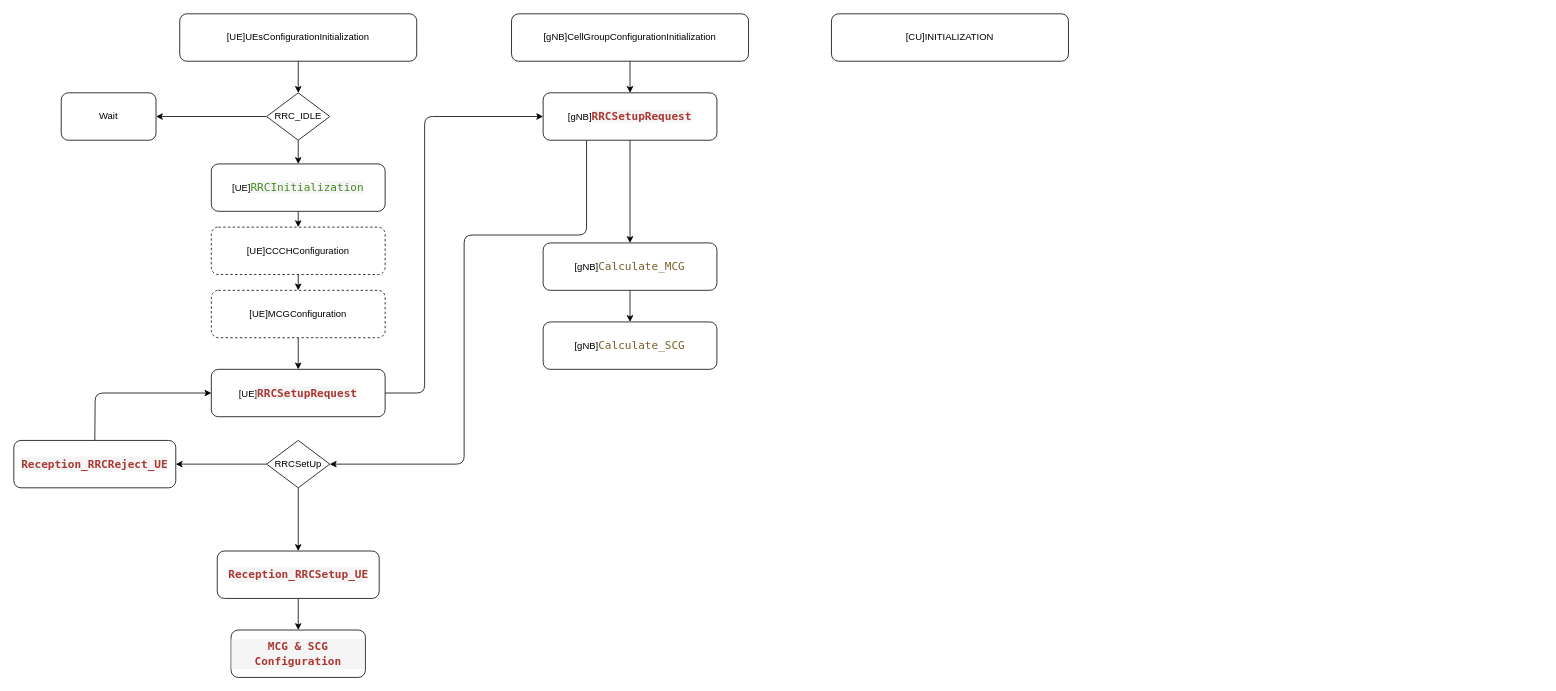
Earlier version of the draw.io diagram Images/Multiple_gNB_FlowChart.drawio (TsaiChuWang/Cloud-RAN-Simulation-Electronic-Fence-Based-on-NFV). Source tidied: cells renumbered, new cells numbered last; positions are measured from the earlier drawing's top-left corner, leaving out a move shared by most shapes. Both pictures are drawn from the tidied source at 79%, with x=0, y=0 at pixel (13, 13).
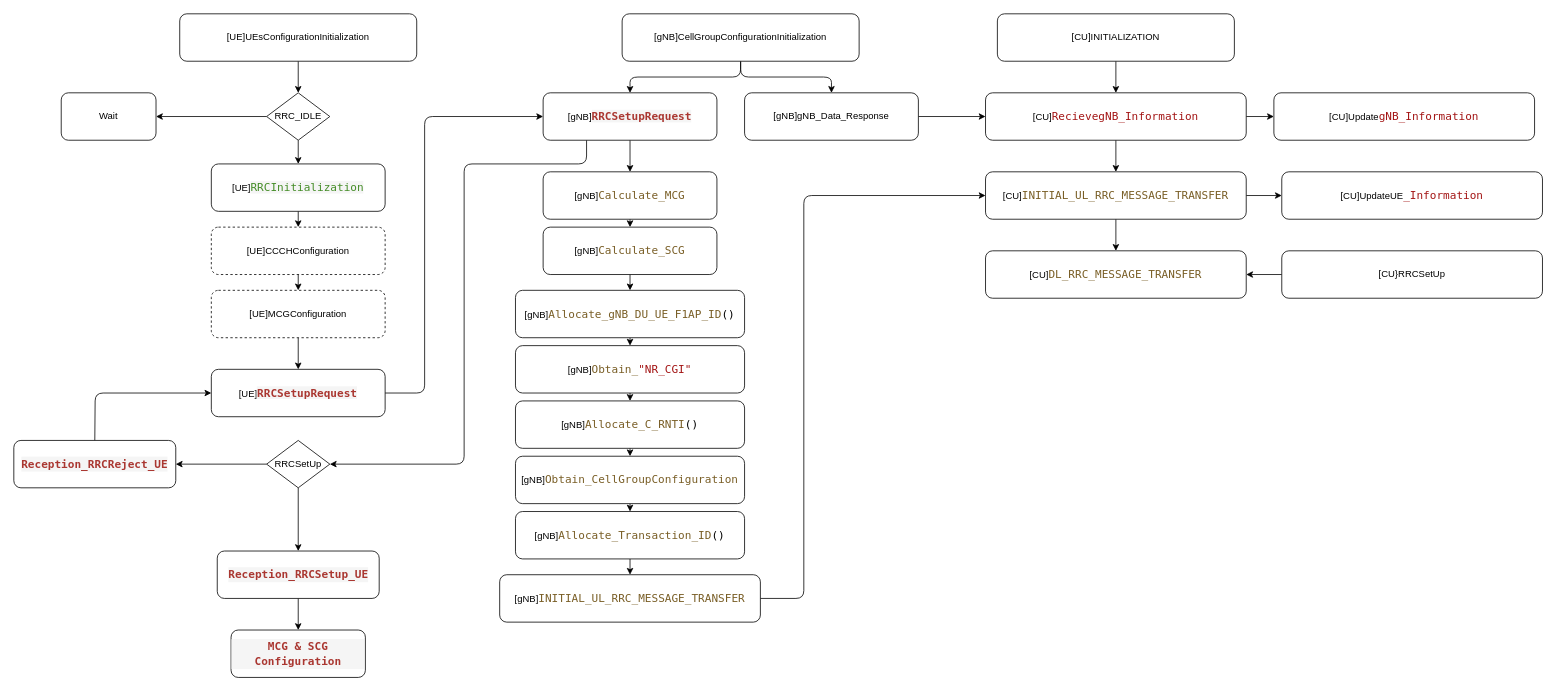
The same page after the edit.

The change refers to these unchanged cells:
```xml
<mxCell id="21" value="RRCSetUp" style="rhombus;whiteSpace=wrap;html=1;" parent="1" vertex="1">
  <mxGeometry x="320" y="540" width="80" height="60" as="geometry" />
</mxCell>
<mxCell id="24" value="[gNB]&lt;span style=&quot;color: rgb(170 , 55 , 49) ; font-weight: bold ; background-color: rgb(245 , 245 , 245) ; font-family: &amp;#34;droid sans mono&amp;#34; , &amp;#34;monospace&amp;#34; , monospace ; font-size: 14px&quot;&gt;RRCSetupRequest&lt;/span&gt;" style="rounded=1;whiteSpace=wrap;html=1;" parent="1" vertex="1">
  <mxGeometry x="670" y="100" width="220" height="60" as="geometry" />
</mxCell>
```

The edit, as a diff of the source:
```diff
@@
-    <mxCell id="2" style="edgeStyle=none;html=1;" parent="1" edge="1" source="3" target="24">
-      <mxGeometry relative="1" as="geometry" />
+    <mxCell id="2" style="edgeStyle=none;html=1;exitX=0.5;exitY=1;exitDx=0;exitDy=0;entryX=0.5;entryY=0;entryDx=0;entryDy=0;" parent="1" edge="1" source="3" target="24">
+      <mxGeometry relative="1" as="geometry">
+        <Array as="points">
+          <mxPoint x="920" y="80" />
+          <mxPoint x="780" y="80" />
+        </Array>
+      </mxGeometry>
     </mxCell>
+    <mxCell id="33" style="edgeStyle=none;html=1;entryX=0.5;entryY=0;entryDx=0;entryDy=0;exitX=0.5;exitY=1;exitDx=0;exitDy=0;" parent="1" edge="1" source="3" target="52">
+      <mxGeometry relative="1" as="geometry">
+        <Array as="points">
+          <mxPoint x="920" y="80" />
+          <mxPoint x="1035" y="80" />
+        </Array>
+      </mxGeometry>
+    </mxCell>
     <mxCell id="3" value="[gNB]CellGroupConfigurationInitialization" style="rounded=1;whiteSpace=wrap;html=1;" parent="1" vertex="1">
-      <mxGeometry x="630" width="300" height="60" as="geometry" />
+      <mxGeometry x="770" width="300" height="60" as="geometry" />
     </mxCell>
@@
+    <mxCell id="34" style="edgeStyle=none;html=1;" parent="1" edge="1" source="6" target="55">
+      <mxGeometry relative="1" as="geometry" />
+    </mxCell>
     <mxCell id="6" value="[CU]INITIALIZATION" style="rounded=1;whiteSpace=wrap;html=1;" parent="1" vertex="1">
-      <mxGeometry x="1035" width="300" height="60" as="geometry" />
+      <mxGeometry x="1245" width="300" height="60" as="geometry" />
     </mxCell>
@@
     <mxCell id="22" style="edgeStyle=none;html=1;entryX=1;entryY=0.5;entryDx=0;entryDy=0;exitX=0.25;exitY=1;exitDx=0;exitDy=0;" parent="1" edge="1" source="24" target="21">
       <mxGeometry relative="1" as="geometry">
         <Array as="points">
-          <mxPoint x="725" y="280" />
-          <mxPoint x="570" y="280" />
+          <mxPoint x="725" y="190" />
+          <mxPoint x="570" y="190" />
           <mxPoint x="570" y="570" />
         </Array>
       </mxGeometry>
     </mxCell>
@@
     <mxCell id="31" value="[gNB]&lt;span style=&quot;color: rgb(121 , 94 , 38) ; font-family: &amp;#34;droid sans mono&amp;#34; , &amp;#34;monospace&amp;#34; , monospace ; font-size: 14px ; text-align: left ; background-color: rgb(255 , 255 , 255)&quot;&gt;Calculate_MCG&lt;/span&gt;" style="rounded=1;whiteSpace=wrap;html=1;" parent="1" vertex="1">
-      <mxGeometry x="670" y="290" width="220" height="60" as="geometry" />
+      <mxGeometry x="670" y="200" width="220" height="60" as="geometry" />
     </mxCell>
+    <mxCell id="35" style="edgeStyle=none;html=1;" parent="1" edge="1" source="32" target="37">
+      <mxGeometry relative="1" as="geometry" />
+    </mxCell>
     <mxCell id="32" value="[gNB]&lt;span style=&quot;color: rgb(121 , 94 , 38) ; font-family: &amp;#34;droid sans mono&amp;#34; , &amp;#34;monospace&amp;#34; , monospace ; font-size: 14px ; text-align: left ; background-color: rgb(255 , 255 , 255)&quot;&gt;Calculate_SCG&lt;/span&gt;" style="rounded=1;whiteSpace=wrap;html=1;" parent="1" vertex="1">
-      <mxGeometry x="670" y="390" width="220" height="60" as="geometry" />
+      <mxGeometry x="670" y="270" width="220" height="60" as="geometry" />
     </mxCell>
+    <mxCell id="36" style="edgeStyle=none;html=1;" parent="1" edge="1" source="37" target="39">
+      <mxGeometry relative="1" as="geometry" />
+    </mxCell>
+    <mxCell id="37" value="[gNB]&lt;span style=&quot;font-family: &amp;#34;droid sans mono&amp;#34; , &amp;#34;monospace&amp;#34; , monospace ; font-size: 14px ; color: rgb(121 , 94 , 38)&quot;&gt;Allocate_gNB_DU_UE_F1AP_ID&lt;/span&gt;&lt;span style=&quot;background-color: rgb(255 , 255 , 255) ; font-family: &amp;#34;droid sans mono&amp;#34; , &amp;#34;monospace&amp;#34; , monospace ; font-size: 14px&quot;&gt;()&lt;/span&gt;" style="rounded=1;whiteSpace=wrap;html=1;" parent="1" vertex="1">
+      <mxGeometry x="635" y="350" width="290" height="60" as="geometry" />
+    </mxCell>
+    <mxCell id="38" style="edgeStyle=none;html=1;" parent="1" edge="1" source="39" target="41">
+      <mxGeometry relative="1" as="geometry" />
+    </mxCell>
+    <mxCell id="39" value="[gNB]&lt;span style=&quot;font-family: &amp;#34;droid sans mono&amp;#34; , &amp;#34;monospace&amp;#34; , monospace ; font-size: 14px ; color: rgb(121 , 94 , 38)&quot;&gt;Obtain_&lt;/span&gt;&lt;span style=&quot;font-family: &amp;#34;droid sans mono&amp;#34; , &amp;#34;monospace&amp;#34; , monospace ; font-size: 14px ; color: rgb(163 , 21 , 21)&quot;&gt;&quot;NR_CGI&quot;&lt;/span&gt;" style="rounded=1;whiteSpace=wrap;html=1;" parent="1" vertex="1">
+      <mxGeometry x="635" y="420" width="290" height="60" as="geometry" />
+    </mxCell>
+    <mxCell id="40" style="edgeStyle=none;html=1;" parent="1" edge="1" source="41" target="43">
+      <mxGeometry relative="1" as="geometry" />
+    </mxCell>
+    <mxCell id="41" value="[gNB]&lt;span style=&quot;font-family: &amp;#34;droid sans mono&amp;#34; , &amp;#34;monospace&amp;#34; , monospace ; font-size: 14px ; color: rgb(121 , 94 , 38)&quot;&gt;Allocate_C_RNTI&lt;/span&gt;&lt;span style=&quot;background-color: rgb(255 , 255 , 255) ; font-family: &amp;#34;droid sans mono&amp;#34; , &amp;#34;monospace&amp;#34; , monospace ; font-size: 14px&quot;&gt;()&lt;/span&gt;" style="rounded=1;whiteSpace=wrap;html=1;" parent="1" vertex="1">
+      <mxGeometry x="635" y="490" width="290" height="60" as="geometry" />
+    </mxCell>
+    <mxCell id="42" style="edgeStyle=none;html=1;" parent="1" edge="1" source="43" target="45">
+      <mxGeometry relative="1" as="geometry" />
+    </mxCell>
+    <mxCell id="43" value="[gNB]&lt;span style=&quot;color: rgb(121 , 94 , 38) ; background-color: rgb(255 , 255 , 255) ; font-family: &amp;#34;droid sans mono&amp;#34; , &amp;#34;monospace&amp;#34; , monospace ; font-size: 14px&quot;&gt;Obtain_CellGroupConfiguration&lt;/span&gt;" style="rounded=1;whiteSpace=wrap;html=1;" parent="1" vertex="1">
+      <mxGeometry x="635" y="560" width="290" height="60" as="geometry" />
+    </mxCell>
+    <mxCell id="44" style="edgeStyle=none;html=1;" parent="1" edge="1" source="45" target="47">
+      <mxGeometry relative="1" as="geometry" />
+    </mxCell>
+    <mxCell id="45" value="[gNB]&lt;span style=&quot;font-family: &amp;#34;droid sans mono&amp;#34; , &amp;#34;monospace&amp;#34; , monospace ; font-size: 14px ; color: rgb(121 , 94 , 38)&quot;&gt;Allocate_Transaction_ID&lt;/span&gt;&lt;span style=&quot;background-color: rgb(255 , 255 , 255) ; font-family: &amp;#34;droid sans mono&amp;#34; , &amp;#34;monospace&amp;#34; , monospace ; font-size: 14px&quot;&gt;()&lt;/span&gt;" style="rounded=1;whiteSpace=wrap;html=1;" parent="1" vertex="1">
+      <mxGeometry x="635" y="630" width="290" height="60" as="geometry" />
+    </mxCell>
+    <mxCell id="46" style="edgeStyle=none;html=1;entryX=0;entryY=0.5;entryDx=0;entryDy=0;exitX=1;exitY=0.5;exitDx=0;exitDy=0;" parent="1" edge="1" source="47" target="50">
+      <mxGeometry relative="1" as="geometry">
+        <Array as="points">
+          <mxPoint x="1000" y="740" />
+          <mxPoint x="1000" y="230" />
+        </Array>
+      </mxGeometry>
+    </mxCell>
+    <mxCell id="47" value="[gNB]&lt;span style=&quot;color: rgb(121 , 94 , 38) ; background-color: rgb(255 , 255 , 255) ; font-family: &amp;#34;droid sans mono&amp;#34; , &amp;#34;monospace&amp;#34; , monospace ; font-size: 14px&quot;&gt;INITIAL_UL_RRC_MESSAGE_TRANSFER&lt;/span&gt;" style="rounded=1;whiteSpace=wrap;html=1;" parent="1" vertex="1">
+      <mxGeometry x="615" y="710" width="330" height="60" as="geometry" />
+    </mxCell>
+    <mxCell id="48" style="edgeStyle=none;html=1;" parent="1" edge="1" source="50" target="57">
+      <mxGeometry relative="1" as="geometry" />
+    </mxCell>
+    <mxCell id="49" style="edgeStyle=none;html=1;" parent="1" edge="1" source="50" target="58">
+      <mxGeometry relative="1" as="geometry" />
+    </mxCell>
+    <mxCell id="50" value="[CU]&lt;span style=&quot;color: rgb(121 , 94 , 38) ; background-color: rgb(255 , 255 , 255) ; font-family: &amp;#34;droid sans mono&amp;#34; , &amp;#34;monospace&amp;#34; , monospace ; font-size: 14px&quot;&gt;INITIAL_UL_RRC_MESSAGE_TRANSFER&lt;/span&gt;" style="rounded=1;whiteSpace=wrap;html=1;" parent="1" vertex="1">
+      <mxGeometry x="1230" y="200" width="330" height="60" as="geometry" />
+    </mxCell>
+    <mxCell id="51" style="edgeStyle=none;html=1;" parent="1" edge="1" source="52" target="55">
+      <mxGeometry relative="1" as="geometry" />
+    </mxCell>
+    <mxCell id="52" value="[gNB]gNB_Data_Response" style="rounded=1;whiteSpace=wrap;html=1;" parent="1" vertex="1">
+      <mxGeometry x="925" y="100" width="220" height="60" as="geometry" />
+    </mxCell>
+    <mxCell id="53" style="edgeStyle=none;html=1;" parent="1" edge="1" source="55" target="56">
+      <mxGeometry relative="1" as="geometry" />
+    </mxCell>
+    <mxCell id="54" style="edgeStyle=none;html=1;" parent="1" edge="1" source="55" target="50">
+      <mxGeometry relative="1" as="geometry" />
+    </mxCell>
+    <mxCell id="55" value="[CU]&lt;span style=&quot;color: rgb(163 , 21 , 21) ; background-color: rgb(255 , 255 , 255) ; font-family: &amp;#34;droid sans mono&amp;#34; , &amp;#34;monospace&amp;#34; , monospace ; font-size: 14px&quot;&gt;RecievegNB_Information&lt;/span&gt;" style="rounded=1;whiteSpace=wrap;html=1;" parent="1" vertex="1">
+      <mxGeometry x="1230" y="100" width="330" height="60" as="geometry" />
+    </mxCell>
+    <mxCell id="56" value="[CU]Update&lt;span style=&quot;color: rgb(163 , 21 , 21) ; background-color: rgb(255 , 255 , 255) ; font-family: &amp;#34;droid sans mono&amp;#34; , &amp;#34;monospace&amp;#34; , monospace ; font-size: 14px&quot;&gt;gNB_Information&lt;/span&gt;" style="rounded=1;whiteSpace=wrap;html=1;" parent="1" vertex="1">
+      <mxGeometry x="1595" y="100" width="330" height="60" as="geometry" />
+    </mxCell>
+    <mxCell id="57" value="[CU]UpdateUE&lt;span style=&quot;color: rgb(163 , 21 , 21) ; background-color: rgb(255 , 255 , 255) ; font-family: &amp;#34;droid sans mono&amp;#34; , &amp;#34;monospace&amp;#34; , monospace ; font-size: 14px&quot;&gt;_Information&lt;/span&gt;" style="rounded=1;whiteSpace=wrap;html=1;" parent="1" vertex="1">
+      <mxGeometry x="1605" y="200" width="330" height="60" as="geometry" />
+    </mxCell>
+    <mxCell id="58" value="[CU]&lt;span style=&quot;color: rgb(121 , 94 , 38) ; background-color: rgb(255 , 255 , 255) ; font-family: &amp;#34;droid sans mono&amp;#34; , &amp;#34;monospace&amp;#34; , monospace ; font-size: 14px&quot;&gt;DL_RRC_MESSAGE_TRANSFER&lt;/span&gt;" style="rounded=1;whiteSpace=wrap;html=1;" parent="1" vertex="1">
+      <mxGeometry x="1230" y="300" width="330" height="60" as="geometry" />
+    </mxCell>
+    <mxCell id="59" style="edgeStyle=none;html=1;" parent="1" edge="1" source="60" target="58">
+      <mxGeometry relative="1" as="geometry" />
+    </mxCell>
+    <mxCell id="60" value="[CU}RRCSetUp" style="rounded=1;whiteSpace=wrap;html=1;" parent="1" vertex="1">
+      <mxGeometry x="1605" y="300" width="330" height="60" as="geometry" />
+    </mxCell>
```
